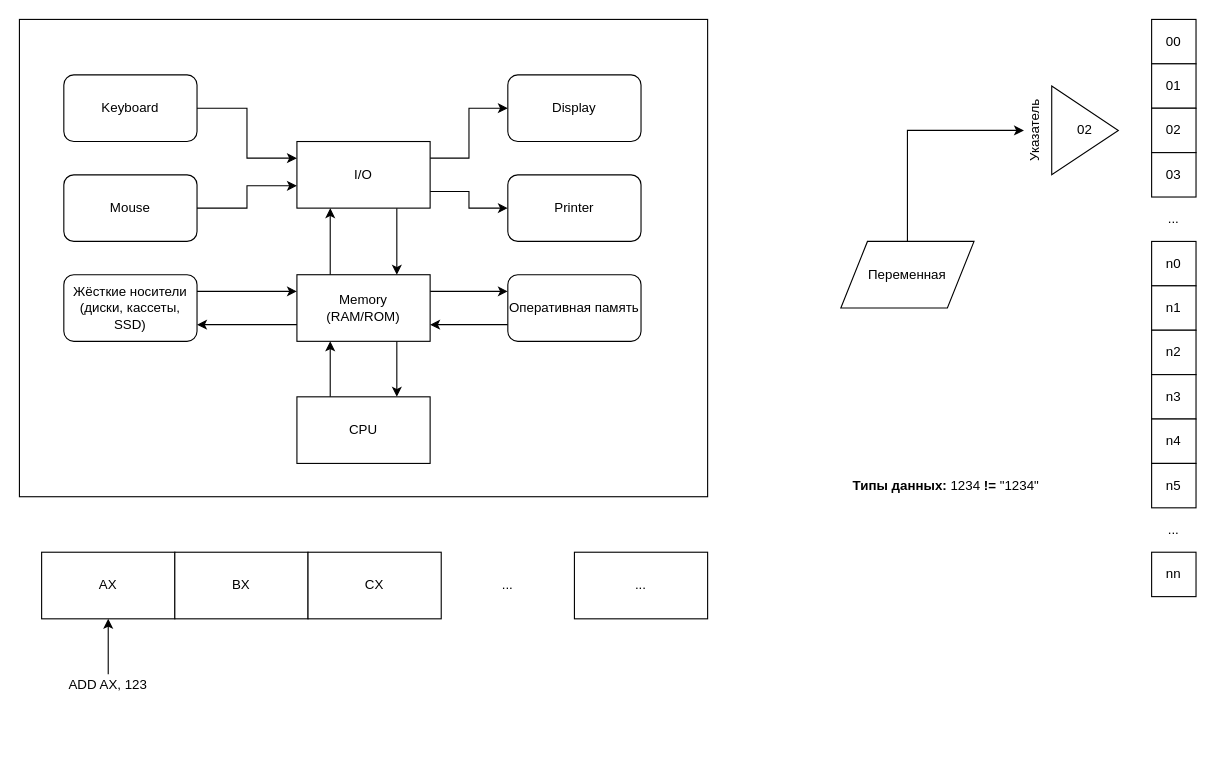
Before: Lesson1/Dev101_01.drawio in PycT-onlc/ONLC_Dev_101, a draw.io diagram. Source tidied: cells renumbered, new cells numbered last; positions are measured from the earlier drawing's top-left corner, leaving out a move shared by most shapes. Both pictures are drawn from the tidied source at 111%, with x=0, y=0 at pixel (19, 19).
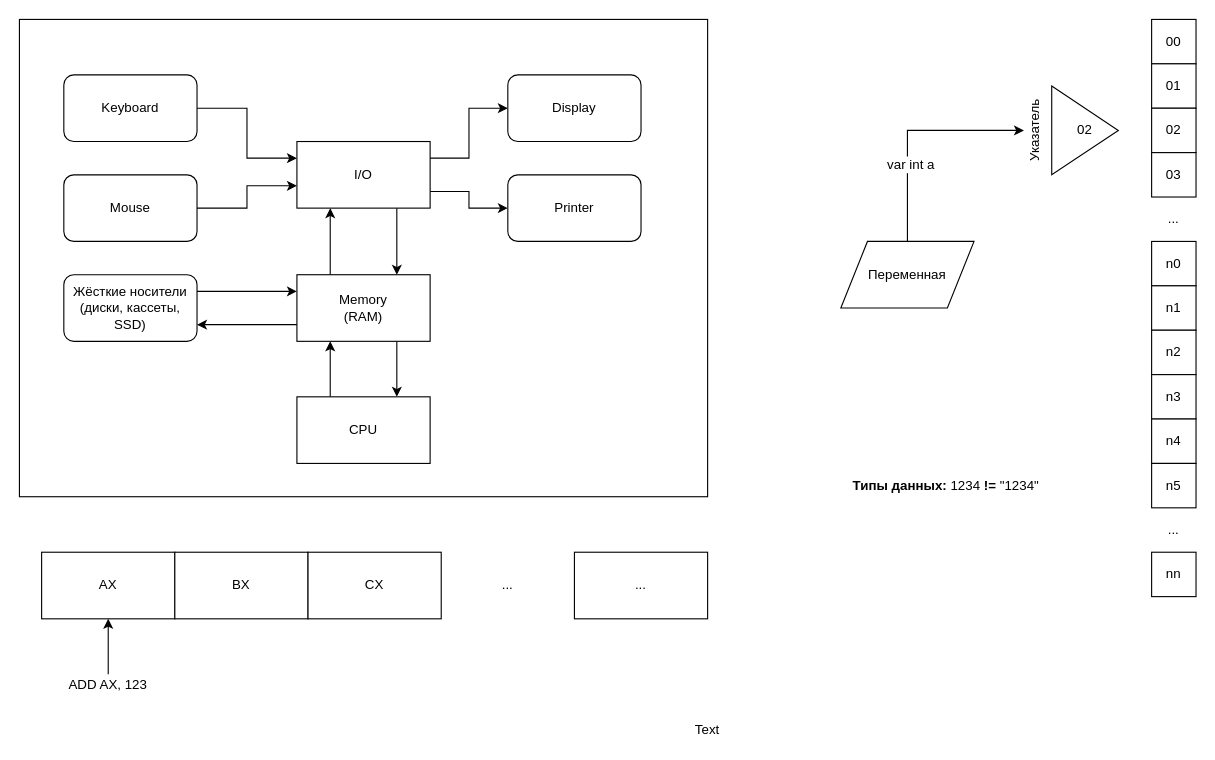
After the change.

The change refers to these unchanged cells:
```xml
<mxCell id="46" style="edgeStyle=orthogonalEdgeStyle;rounded=0;jettySize=auto;html=1;exitX=0.5;exitY=0;exitDx=0;exitDy=0;entryX=0.5;entryY=0;entryDx=0;entryDy=0;" parent="1" edge="1" source="47" target="38">
  <mxGeometry relative="1" as="geometry" />
</mxCell>
```

What changed in the source:
```diff
@@
-    <mxCell id="10" style="edgeStyle=orthogonalEdgeStyle;rounded=0;jettySize=auto;html=1;exitX=1;exitY=0.25;exitDx=0;exitDy=0;entryX=0;entryY=0.25;entryDx=0;entryDy=0;" parent="1" edge="1" source="11" target="21">
-      <mxGeometry relative="1" as="geometry" />
-    </mxCell>
-    <mxCell id="11" value="Memory&lt;br&gt;(RAM/ROM)" style="rounded=0;whiteSpace=wrap;html=1;" parent="1" vertex="1">
+    <mxCell id="11" value="Memory&lt;br&gt;(RAM)" style="rounded=0;whiteSpace=wrap;html=1;" parent="1" vertex="1">
       <mxGeometry x="250" y="230" width="120" height="60" as="geometry" />
     </mxCell>
@@
-    <mxCell id="20" style="edgeStyle=orthogonalEdgeStyle;rounded=0;jettySize=auto;html=1;exitX=0;exitY=0.75;exitDx=0;exitDy=0;entryX=1;entryY=0.75;entryDx=0;entryDy=0;" parent="1" edge="1" source="21" target="11">
-      <mxGeometry relative="1" as="geometry" />
-    </mxCell>
-    <mxCell id="21" value="Оперативная память" style="rounded=1;whiteSpace=wrap;html=1;" parent="1" vertex="1">
-      <mxGeometry x="440" y="230" width="120" height="60" as="geometry" />
-    </mxCell>
@@
+    <mxCell id="49" value="var int a" style="text;html=1;align=center;verticalAlign=middle;labelBackgroundColor=#ffffff;" parent="46" vertex="1">
+      <mxGeometry x="-0.32" y="-2" relative="1" as="geometry" />
+    </mxCell>
@@
+    <mxCell id="50" value="Text" style="text;html=1;strokeColor=none;fillColor=none;align=center;verticalAlign=middle;whiteSpace=wrap;rounded=0;" parent="1" vertex="1">
+      <mxGeometry x="600" y="630" width="40" height="20" as="geometry" />
+    </mxCell>
```
